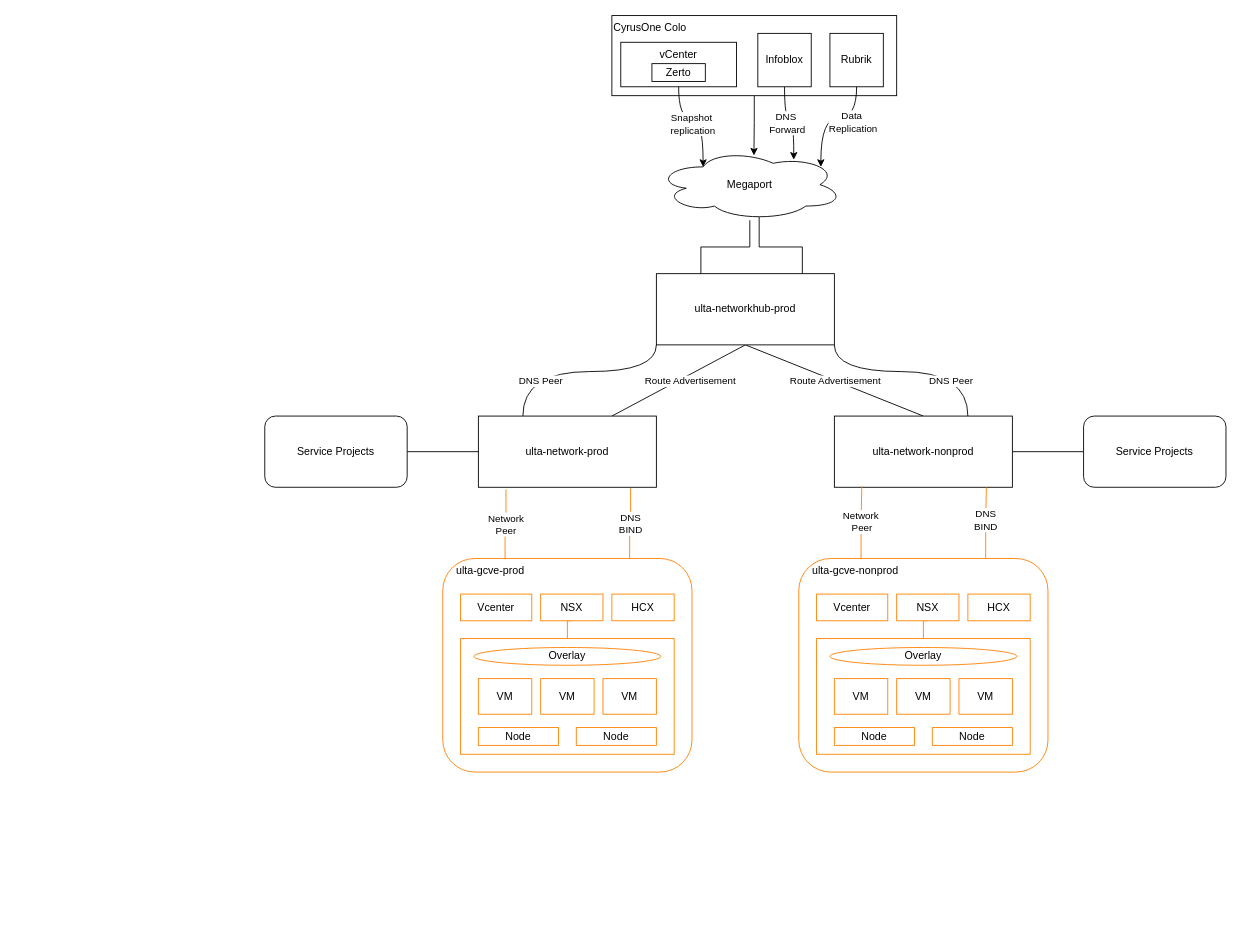
bpayt2/temp keeps this draw.io diagram as page "GCVE Network" (11 of 14) of images/compute.drawio. Above is the earlier version. Source tidied: cells renumbered, new cells numbered last; positions are measured from the earlier drawing's top-left corner, leaving out a move shared by most shapes. Both pictures are drawn from the tidied source at 89%, with x=0, y=0 at pixel (264, 15).
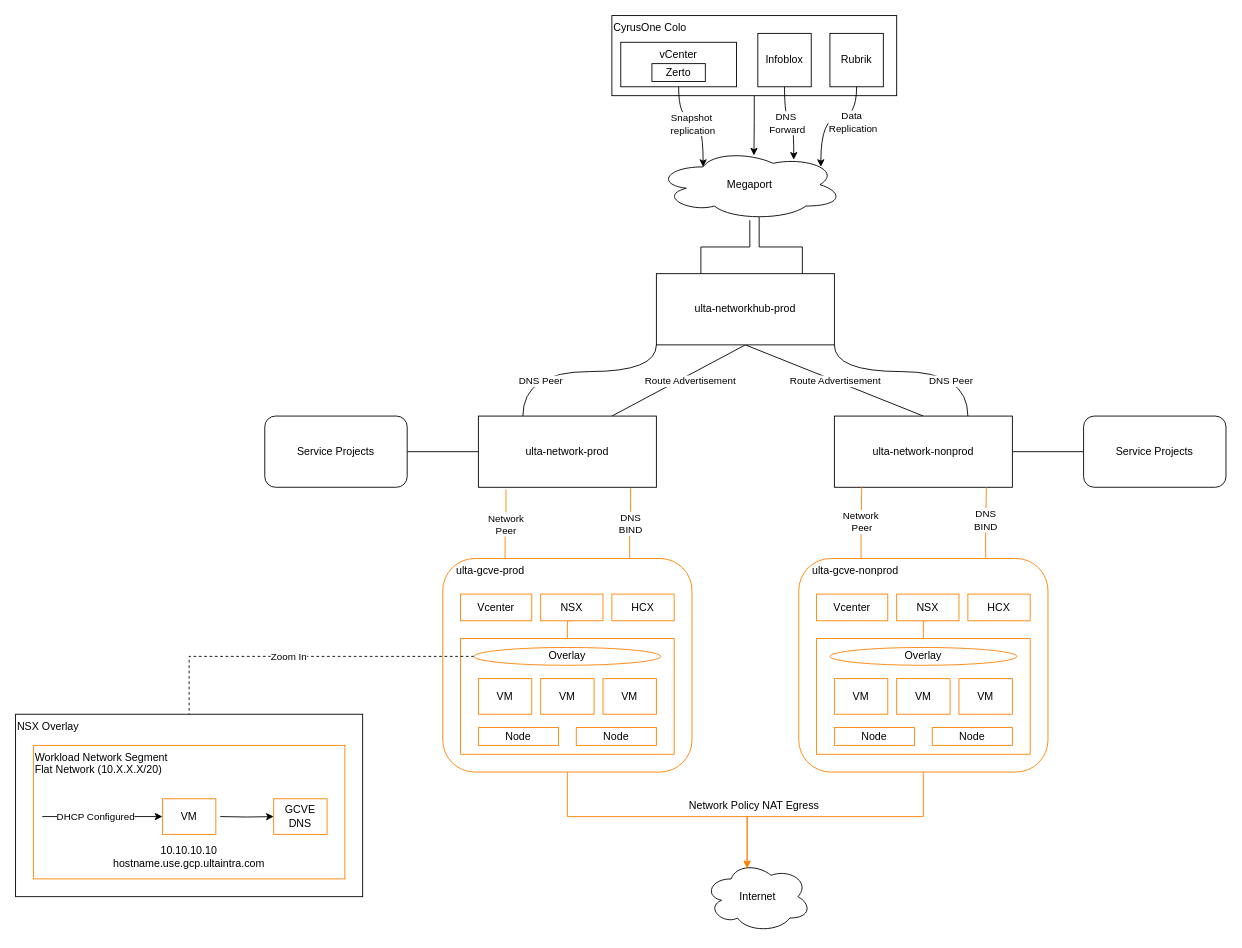
The same diagram, later.

Unchanged cells that the change refers to:
```xml
<mxCell id="13" value="&amp;nbsp; &amp;nbsp; ulta-gcve-prod" style="rounded=1;whiteSpace=wrap;html=1;align=left;verticalAlign=top;strokeColor=#FF8000;" parent="1" vertex="1">
  <mxGeometry x="200" y="610" width="280" height="240" as="geometry" />
</mxCell>
<mxCell id="31" value="Overlay" style="ellipse;whiteSpace=wrap;html=1;strokeColor=#FF8000;" parent="1" vertex="1">
  <mxGeometry x="235" y="710" width="210" height="20" as="geometry" />
</mxCell>
<mxCell id="32" value="&amp;nbsp; &amp;nbsp; ulta-gcve-nonprod" style="rounded=1;whiteSpace=wrap;html=1;align=left;verticalAlign=top;strokeColor=#FF8000;" parent="1" vertex="1">
  <mxGeometry x="600" y="610" width="280" height="240" as="geometry" />
</mxCell>
```

The edit, as a diff of the source:
```diff
@@
+    <mxCell id="64" style="edgeStyle=orthogonalEdgeStyle;rounded=0;jettySize=auto;html=1;exitX=0;exitY=0.5;exitDx=0;exitDy=0;dashed=1;endArrow=none;endFill=0;" parent="1" edge="1" source="31" target="66">
+      <mxGeometry relative="1" as="geometry" />
+    </mxCell>
+    <mxCell id="65" value="Zoom In" style="edgeLabel;html=1;align=center;verticalAlign=middle;" parent="64" vertex="1">
+      <mxGeometry x="0.08" relative="1" as="geometry">
+        <mxPoint x="-1" as="offset" />
+      </mxGeometry>
+    </mxCell>
@@
+    <mxCell id="66" value="NSX Overlay" style="rounded=0;whiteSpace=wrap;html=1;align=left;verticalAlign=top;" parent="1" vertex="1">
+      <mxGeometry x="-280" y="785" width="390" height="205" as="geometry" />
+    </mxCell>
+    <mxCell id="67" value="Workload Network Segment&amp;nbsp;&lt;div&gt;Flat Network (10.X.X.X/20)&lt;/div&gt;&lt;div&gt;&lt;br&gt;&lt;/div&gt;&lt;div&gt;&lt;br&gt;&lt;/div&gt;" style="rounded=0;whiteSpace=wrap;html=1;verticalAlign=top;align=left;strokeColor=#FF8000;" parent="1" vertex="1">
+      <mxGeometry x="-260" y="820" width="350" height="150" as="geometry" />
+    </mxCell>
+    <mxCell id="68" style="edgeStyle=orthogonalEdgeStyle;rounded=0;jettySize=auto;html=1;entryX=0;entryY=0.5;entryDx=0;entryDy=0;" parent="1" edge="1" target="70">
+      <mxGeometry relative="1" as="geometry">
+        <mxPoint x="-50" y="900" as="sourcePoint" />
+      </mxGeometry>
+    </mxCell>
+    <mxCell id="69" value="VM" style="rounded=0;whiteSpace=wrap;html=1;strokeColor=#FF8000;" parent="1" vertex="1">
+      <mxGeometry x="-115" y="880" width="60" height="40" as="geometry" />
+    </mxCell>
+    <mxCell id="70" value="GCVE&lt;div&gt;DNS&lt;/div&gt;" style="rounded=0;whiteSpace=wrap;html=1;strokeColor=#FF8000;" parent="1" vertex="1">
+      <mxGeometry x="10" y="880" width="60" height="40" as="geometry" />
+    </mxCell>
+    <mxCell id="71" style="endArrow=classic;html=1;rounded=0;entryX=0;entryY=0.5;entryDx=0;entryDy=0;" parent="1" edge="1" target="69">
+      <mxGeometry relative="1" as="geometry">
+        <mxPoint x="-250" y="900" as="sourcePoint" />
+      </mxGeometry>
+    </mxCell>
+    <mxCell id="72" value="DHCP Configured" style="edgeLabel;html=1;align=center;verticalAlign=middle;" parent="71" vertex="1">
+      <mxGeometry x="-0.13" y="-2" relative="1" as="geometry">
+        <mxPoint y="-3" as="offset" />
+      </mxGeometry>
+    </mxCell>
+    <mxCell id="73" value="&lt;div&gt;10.10.10.10&lt;/div&gt;hostname.use.gcp.ultaintra.com" style="text;html=1;whiteSpace=wrap;strokeColor=none;fillColor=none;align=center;verticalAlign=middle;rounded=0;" parent="1" vertex="1">
+      <mxGeometry x="-190" y="930" width="210" height="30" as="geometry" />
+    </mxCell>
+    <mxCell id="74" value="Internet" style="ellipse;shape=cloud;whiteSpace=wrap;html=1;" parent="1" vertex="1">
+      <mxGeometry x="494" y="950" width="120" height="80" as="geometry" />
+    </mxCell>
+    <mxCell id="75" style="edgeStyle=orthogonalEdgeStyle;rounded=0;jettySize=auto;html=1;exitX=0.5;exitY=1;exitDx=0;exitDy=0;entryX=0.4;entryY=0.1;entryDx=0;entryDy=0;entryPerimeter=0;strokeColor=#FF8000;" parent="1" edge="1" source="13" target="74">
+      <mxGeometry relative="1" as="geometry" />
+    </mxCell>
+    <mxCell id="76" style="edgeStyle=orthogonalEdgeStyle;rounded=0;jettySize=auto;html=1;exitX=0.5;exitY=1;exitDx=0;exitDy=0;entryX=0.4;entryY=0.1;entryDx=0;entryDy=0;entryPerimeter=0;strokeColor=#FF8000;" parent="1" edge="1" source="32" target="74">
+      <mxGeometry relative="1" as="geometry" />
+    </mxCell>
+    <mxCell id="77" value="Network Policy NAT Egress" style="text;html=1;whiteSpace=wrap;strokeColor=none;fillColor=none;align=center;verticalAlign=middle;rounded=0;" parent="1" vertex="1">
+      <mxGeometry x="460" y="872.5" width="180" height="30" as="geometry" />
+    </mxCell>
```
